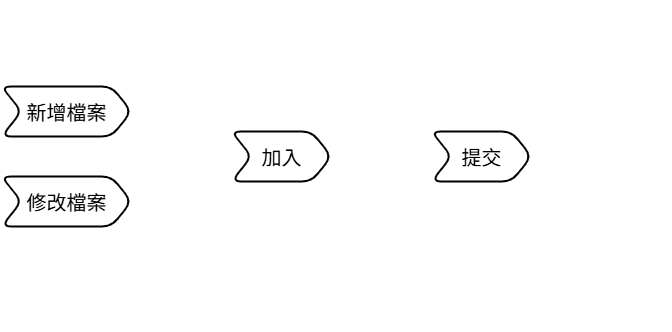
Before: images/file_status.png, a diagram exported from draw.io (Li732375/git_note). Source tidied: cells renumbered, new cells last; positions are measured from the earlier drawing's top-left corner, leaving out a move shared by most shapes.
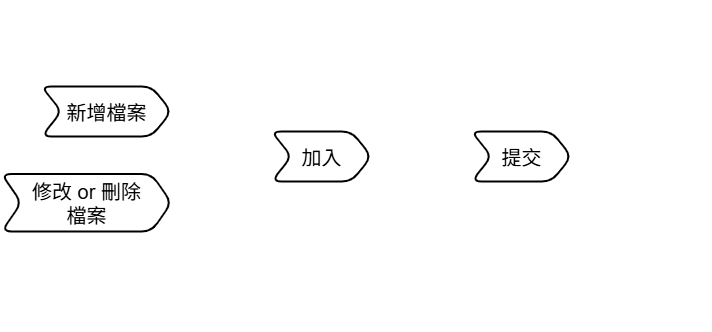
After the commit.

The edit, as a diff of the source:
```diff
@@ -35,8 +35,8 @@
     <mxCell id="12" value="&lt;font style=&quot;font-size: 20px;&quot;&gt;新增檔案&lt;/font&gt;" style="shape=step;perimeter=stepPerimeter;whiteSpace=wrap;html=1;fixedSize=1;rounded=1;strokeColor=default;strokeWidth=2;align=center;verticalAlign=middle;fontFamily=Helvetica;fontSize=12;fontColor=default;fillColor=default;" parent="1" vertex="1">
       <mxGeometry y="85" width="130" height="50" as="geometry" />
     </mxCell>
-    <mxCell id="13" value="&lt;font style=&quot;font-size: 20px;&quot;&gt;修改檔案&lt;/font&gt;" style="shape=step;perimeter=stepPerimeter;whiteSpace=wrap;html=1;fixedSize=1;rounded=1;strokeColor=default;strokeWidth=2;align=center;verticalAlign=middle;fontFamily=Helvetica;fontSize=12;fontColor=default;fillColor=default;" parent="1" vertex="1">
-      <mxGeometry y="175" width="130" height="50" as="geometry" />
+    <mxCell id="13" value="&lt;font style=&quot;font-size: 20px;&quot;&gt;修改 or 刪除&lt;/font&gt;&lt;div&gt;&lt;font style=&quot;font-size: 20px;&quot;&gt;檔案&lt;/font&gt;&lt;/div&gt;" style="shape=step;perimeter=stepPerimeter;whiteSpace=wrap;html=1;fixedSize=1;rounded=1;strokeColor=default;strokeWidth=2;align=center;verticalAlign=middle;fontFamily=Helvetica;fontSize=12;fontColor=default;fillColor=default;" parent="1" vertex="1">
+      <mxGeometry x="-40" y="172.5" width="170" height="57.5" as="geometry" />
     </mxCell>
   </root>
 </mxGraphModel>
```
